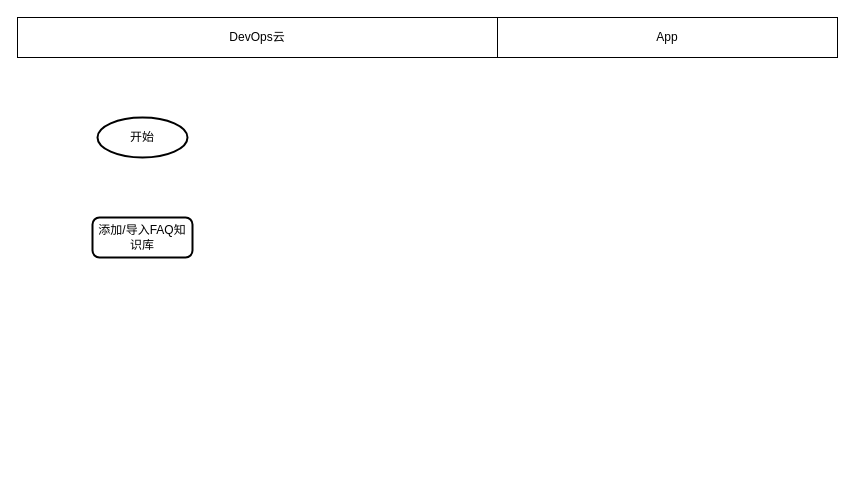
This is FAQ总体流程图.drawio from HuaHero/OnLineFaq, a draw.io file, before an edit. Source tidied: cells renumbered, new cells numbered last; positions are measured from the earlier drawing's top-left corner, leaving out a move shared by most shapes. Both pictures are drawn from the tidied source at 100%, with x=0, y=0 at pixel (17, 17).
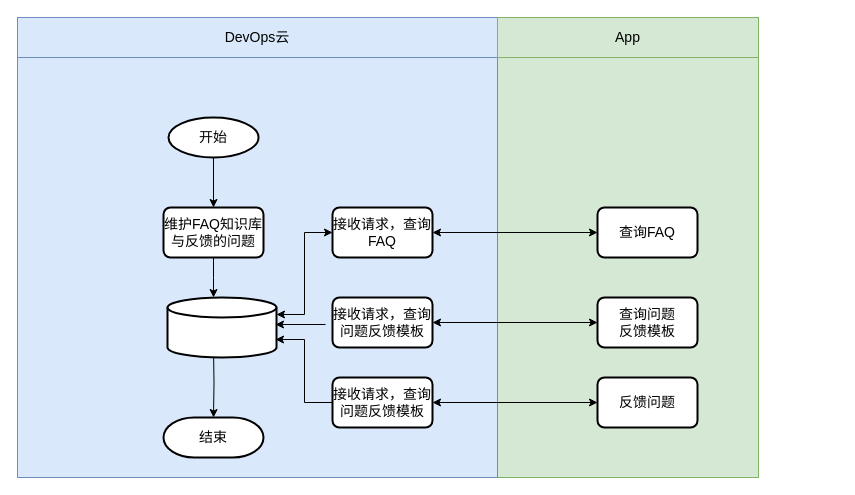
Above is the later version.

Commit message (it also covers changes not shown here):
更新FAQ总体流程图.drawio

What changed in the source:
```diff
@@
+    <mxCell id="6" style="rounded=0;whiteSpace=wrap;html=1;fillColor=#d5e8d4;strokeColor=#82b366;fontSize=14;" parent="1" vertex="1">
+      <mxGeometry x="480" y="40" width="261" height="420" as="geometry" />
+    </mxCell>
+    <mxCell id="7" style="rounded=0;whiteSpace=wrap;html=1;fillColor=#dae8fc;strokeColor=#6c8ebf;fontSize=14;" parent="1" vertex="1">
+      <mxGeometry y="40" width="480" height="420" as="geometry" />
+    </mxCell>
-    <mxCell id="2" value="DevOps云" style="rounded=0;whiteSpace=wrap;html=1;" parent="1" vertex="1">
+    <mxCell id="2" value="DevOps云" style="rounded=0;whiteSpace=wrap;html=1;fillColor=#dae8fc;strokeColor=#6c8ebf;fontSize=14;" parent="1" vertex="1">
       <mxGeometry width="480" height="40" as="geometry" />
     </mxCell>
+    <mxCell id="8" style="edgeStyle=orthogonalEdgeStyle;rounded=0;jettySize=auto;html=1;exitX=0.5;exitY=1;exitDx=0;exitDy=0;exitPerimeter=0;entryX=0.5;entryY=0;entryDx=0;entryDy=0;fontSize=14;" parent="1" edge="1" source="3" target="9">
+      <mxGeometry relative="1" as="geometry" />
+    </mxCell>
-    <mxCell id="3" value="开始" style="strokeWidth=2;html=1;shape=mxgraph.flowchart.start_1;whiteSpace=wrap;" parent="1" vertex="1">
-      <mxGeometry x="80" y="100" width="90" height="40" as="geometry" />
+    <mxCell id="3" value="开始" style="strokeWidth=2;html=1;shape=mxgraph.flowchart.start_1;whiteSpace=wrap;fontSize=14;" parent="1" vertex="1">
+      <mxGeometry x="151" y="100" width="90" height="40" as="geometry" />
     </mxCell>
-    <mxCell id="4" value="添加/导入FAQ知识库" style="rounded=1;whiteSpace=wrap;html=1;absoluteArcSize=1;arcSize=14;strokeWidth=2;" parent="1" vertex="1">
-      <mxGeometry x="75" y="200" width="100" height="40" as="geometry" />
-    </mxCell>
-    <mxCell id="5" value="App" style="rounded=0;whiteSpace=wrap;html=1;" parent="1" vertex="1">
-      <mxGeometry x="480" width="340" height="40" as="geometry" />
+    <mxCell id="5" value="App" style="rounded=0;whiteSpace=wrap;html=1;fillColor=#d5e8d4;strokeColor=#82b366;fontSize=14;" parent="1" vertex="1">
+      <mxGeometry x="480" width="261" height="40" as="geometry" />
     </mxCell>
+    <mxCell id="9" value="维护FAQ知识库与反馈的问题" style="rounded=1;whiteSpace=wrap;html=1;absoluteArcSize=1;arcSize=14;strokeWidth=2;fontSize=14;" parent="1" vertex="1">
+      <mxGeometry x="146" y="190" width="100" height="50" as="geometry" />
+    </mxCell>
+    <mxCell id="10" style="edgeStyle=orthogonalEdgeStyle;rounded=0;jettySize=auto;html=1;exitX=0.5;exitY=1;exitDx=0;exitDy=0;entryX=0.5;entryY=0;entryDx=0;entryDy=0;entryPerimeter=0;fontSize=14;" parent="1" edge="1" source="9">
+      <mxGeometry relative="1" as="geometry">
+        <mxPoint x="196" y="280" as="targetPoint" />
+      </mxGeometry>
+    </mxCell>
+    <mxCell id="11" style="edgeStyle=orthogonalEdgeStyle;rounded=0;jettySize=auto;html=1;exitX=0;exitY=0.5;exitDx=0;exitDy=0;entryX=1;entryY=0.5;entryDx=0;entryDy=0;startArrow=classic;startFill=1;fontSize=14;" parent="1" edge="1" source="12" target="15">
+      <mxGeometry relative="1" as="geometry" />
+    </mxCell>
+    <mxCell id="12" value="查询FAQ" style="rounded=1;whiteSpace=wrap;html=1;absoluteArcSize=1;arcSize=14;strokeWidth=2;fontSize=14;" parent="1" vertex="1">
+      <mxGeometry x="580" y="190" width="100" height="50" as="geometry" />
+    </mxCell>
+    <mxCell id="13" value="结束" style="strokeWidth=2;html=1;shape=mxgraph.flowchart.terminator;whiteSpace=wrap;fontSize=14;" parent="1" vertex="1">
+      <mxGeometry x="146" y="400" width="100" height="40" as="geometry" />
+    </mxCell>
+    <mxCell id="14" style="edgeStyle=orthogonalEdgeStyle;rounded=0;jettySize=auto;html=1;exitX=0.5;exitY=1;exitDx=0;exitDy=0;exitPerimeter=0;entryX=0.5;entryY=0;entryDx=0;entryDy=0;entryPerimeter=0;fontSize=14;" parent="1" edge="1" target="13">
+      <mxGeometry relative="1" as="geometry">
+        <mxPoint x="196" y="330" as="sourcePoint" />
+      </mxGeometry>
+    </mxCell>
+    <mxCell id="15" value="接收请求，查询FAQ" style="rounded=1;whiteSpace=wrap;html=1;absoluteArcSize=1;arcSize=14;strokeWidth=2;fontSize=14;" parent="1" vertex="1">
+      <mxGeometry x="315" y="190" width="100" height="50" as="geometry" />
+    </mxCell>
+    <mxCell id="16" style="edgeStyle=orthogonalEdgeStyle;rounded=0;jettySize=auto;html=1;exitX=0;exitY=0.5;exitDx=0;exitDy=0;entryX=1;entryY=0.5;entryDx=0;entryDy=0;startArrow=classic;startFill=1;fontSize=14;" parent="1" edge="1" source="17" target="21">
+      <mxGeometry relative="1" as="geometry" />
+    </mxCell>
+    <mxCell id="17" value="查询问题&lt;div style=&quot;font-size: 14px;&quot;&gt;反馈模板&lt;/div&gt;" style="rounded=1;whiteSpace=wrap;html=1;absoluteArcSize=1;arcSize=14;strokeWidth=2;fontSize=14;" parent="1" vertex="1">
+      <mxGeometry x="580" y="280" width="100" height="50" as="geometry" />
+    </mxCell>
+    <mxCell id="18" style="strokeWidth=2;html=1;shape=mxgraph.flowchart.database;whiteSpace=wrap;fontSize=14;" parent="1" vertex="1">
+      <mxGeometry x="150" y="280" width="109" height="60" as="geometry" />
+    </mxCell>
+    <mxCell id="19" style="edgeStyle=orthogonalEdgeStyle;rounded=0;jettySize=auto;html=1;exitX=0;exitY=0.5;exitDx=0;exitDy=0;entryX=1;entryY=0.283;entryDx=0;entryDy=0;entryPerimeter=0;startArrow=classic;startFill=1;fontSize=14;" parent="1" edge="1" source="15" target="18">
+      <mxGeometry relative="1" as="geometry" />
+    </mxCell>
+    <mxCell id="20" style="edgeStyle=orthogonalEdgeStyle;rounded=0;orthogonalLoop=1;jettySize=auto;html=1;exitX=0;exitY=0.5;exitDx=0;exitDy=0;fontSize=14;" parent="1" edge="1">
+      <mxGeometry relative="1" as="geometry">
+        <mxPoint x="308" y="307" as="sourcePoint" />
+        <mxPoint x="258" y="307" as="targetPoint" />
+      </mxGeometry>
+    </mxCell>
+    <mxCell id="21" value="接收请求，查询问题反馈模板" style="rounded=1;whiteSpace=wrap;html=1;absoluteArcSize=1;arcSize=14;strokeWidth=2;fontSize=14;" parent="1" vertex="1">
+      <mxGeometry x="315" y="280" width="100" height="50" as="geometry" />
+    </mxCell>
+    <mxCell id="22" style="edgeStyle=orthogonalEdgeStyle;rounded=0;jettySize=auto;html=1;exitX=0;exitY=0.5;exitDx=0;exitDy=0;entryX=1;entryY=0.5;entryDx=0;entryDy=0;startArrow=classic;startFill=1;fontSize=14;" parent="1" edge="1" source="23" target="24">
+      <mxGeometry relative="1" as="geometry" />
+    </mxCell>
+    <mxCell id="23" value="反馈问题" style="rounded=1;whiteSpace=wrap;html=1;absoluteArcSize=1;arcSize=14;strokeWidth=2;fontSize=14;" parent="1" vertex="1">
+      <mxGeometry x="580" y="360" width="100" height="50" as="geometry" />
+    </mxCell>
+    <mxCell id="24" value="接收请求，查询问题反馈模板" style="rounded=1;whiteSpace=wrap;html=1;absoluteArcSize=1;arcSize=14;strokeWidth=2;fontSize=14;" parent="1" vertex="1">
+      <mxGeometry x="315" y="360" width="100" height="50" as="geometry" />
+    </mxCell>
+    <mxCell id="25" style="edgeStyle=orthogonalEdgeStyle;rounded=0;jettySize=auto;html=1;exitX=0;exitY=0.5;exitDx=0;exitDy=0;entryX=0.991;entryY=0.7;entryDx=0;entryDy=0;entryPerimeter=0;fontSize=14;" parent="1" edge="1" source="24" target="18">
+      <mxGeometry relative="1" as="geometry">
+        <Array as="points">
+          <mxPoint x="287" y="385" />
+          <mxPoint x="287" y="322" />
+        </Array>
+      </mxGeometry>
+    </mxCell>
```
